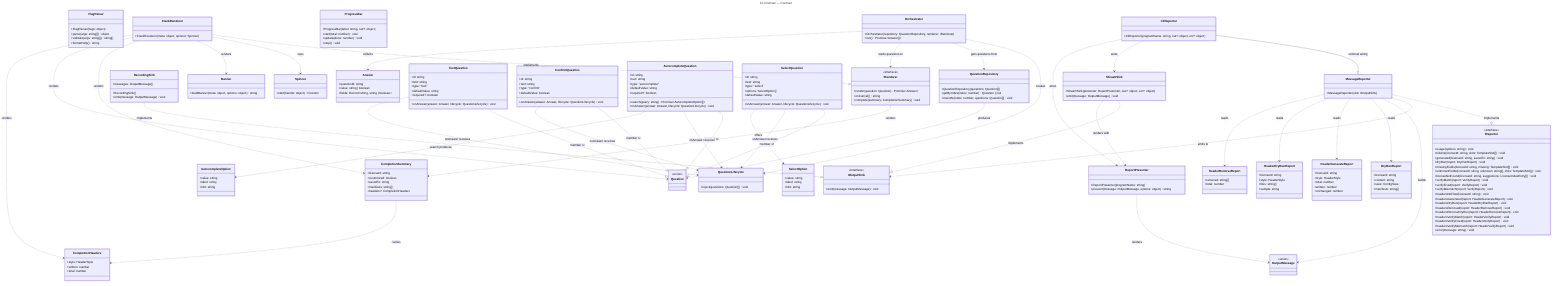
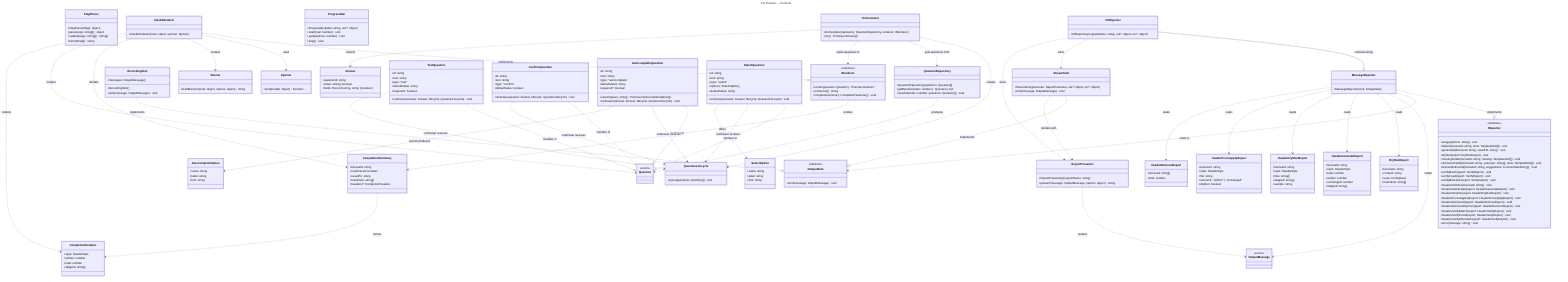
---
title: CLI Domain — Contract
---
classDiagram
  direction TB

  %% Domain: CLI (src/cli)
  %% Focused per-domain view extracted from ../class-diagram.mmd.
  %% Shows ONLY CLI-domain classes and their intra-domain relationships.
  %% Cross-domain relationships (LicenseWizard creates these; CliReporter renders
  %% Licensing/Verify/Headers reports) are intentionally omitted — see
  %% ../class-diagram.mmd for the full picture.
  %%
  %% FlagParser and ProgressBar belong to this domain but have no intra-domain
  %% relationships; they collaborate only with the bootstrap (LicenseWizard).

  class FlagParser {
    +FlagParser(flags: object)
    +parse(args: string[]) object
    +validate(args: string[]) string[]
    +formatHelp() string
  }

  class Orchestrator {
    +Orchestrator(repository: QuestionRepository, renderer: IRenderer)
    +run() Promise~Answer[]~
  }

  class IRenderer {
    <<interface>>
    +render(question: Question) Promise~Answer~
    +onCancel() string
    +complete(summary: CompletionSummary) void
  }

  class CompletionSummary {
    +licenseId: string
    +customized: boolean
    +savedTo: string
    +manifests: string[]
    +headers?: CompletionHeaders
  }

  class CompletionHeaders {
    +style: HeaderStyle
    +written: number
    +total: number
+     +skipped: string[]
  }

  class ProgressBar {
    +ProgressBar(label: string, out?: object)
    +start(total: number) void
    +update(done: number) void
    +stop() void
  }

  class ClackRenderer {
    +ClackRenderer(meta: object, spinner: Spinner)
  }

  class IReporter {
    <<interface>>
    +usage(options: string) void
    +tokens(licenseId: string, slots: TemplateSlot[]) void
    +generated(licenseId: string, savedTo: string) void
    +dryRun(report: DryRunReport) void
    +missingFields(licenseId: string, missing: TemplateSlot[]) void
    +unknownFields(licenseId: string, unknown: string[], slots: TemplateSlot[]) void
    +licenseNotFound(licenseId: string, suggestions: LicenseIndexEntry[]) void
    +verifyMatch(report: VerifyReport) void
    +verifyFixed(report: VerifyReport) void
    +verifyMismatch(report: VerifyReport) void
    +headersNoFiles(licenseId: string) void
    +headersGenerated(report: HeaderGenerateReport) void
    +headersDryRun(report: HeaderDryRunReport) void
+     +headersForceApplied(report: HeaderForceApplyReport) void
    +headersRemoved(report: HeaderRemoveReport) void
    +headersRemoveDryRun(report: HeaderRemoveReport) void
    +headersVerifyMatch(report: HeaderVerifyReport) void
    +headersVerifyFixed(report: HeaderVerifyReport) void
    +headersVerifyMismatch(report: HeaderVerifyReport) void
    +error(message: string) void
  }

  class HeaderGenerateReport {
    +licenseId: string
    +style: HeaderStyle
    +total: number
    +written: number
    +unchanged: number
+     +skipped: string[]
  }

  class HeaderDryRunReport {
    +licenseId: string
    +style: HeaderStyle
    +files: string[]
+     +skipped: string[]
    +sample: string
+   }
+ 
+   class HeaderForceApplyReport {
+     +licenseId: string
+     +style: HeaderStyle
+     +file: string
+     +outcome: "written" | "unchanged"
+     +dryRun: boolean
  }

  class HeaderRemoveReport {
    +removed: string[]
    +total: number
  }

  class DryRunReport {
    +licenseId: string
    +content: string
    +save: ConfigSave
    +manifests: string[]
  }

  class MessageReporter {
    +MessageReporter(sink: IOutputSink)
  }

  class CliReporter {
    +CliReporter(programName: string, out?: object, err?: object)
  }

  class IOutputSink {
    <<interface>>
    +emit(message: OutputMessage) void
  }

  class StreamSink {
    +StreamSink(presenter: ReportPresenter, out?: object, err?: object)
    +emit(message: OutputMessage) void
  }

  class RecordingSink {
    +RecordingSink()
    +emit(message: OutputMessage) void
    +messages: OutputMessage[]
  }

  class ReportPresenter {
    +ReportPresenter(programName: string)
    +present(message: OutputMessage, options: object) string
  }

  class OutputMessage {
    <<union>>
  }

  class Banner {
    +buildBanner(meta: object, options: object) string
  }

  class Spinner {
    +start(handle: object) Function
  }

  class QuestionRepository {
    +QuestionRepository(questions: Question[])
    +getByIndex(index: number) Question | null
    +insertAt(index: number, questions: Question[]) void
  }

  class QuestionLifecycle {
    +inject(questions: Question[]) void
  }

  class Question {
    <<union>>
  }

  class TextQuestion {
    +id: string
    +text: string
    +type: "text"
    +defaultValue: string
    +required?: boolean
    +onAnswer(answer: Answer, lifecycle: QuestionLifecycle) void
  }

  class ConfirmQuestion {
    +id: string
    +text: string
    +type: "confirm"
    +defaultValue: boolean
    +onAnswer(answer: Answer, lifecycle: QuestionLifecycle) void
  }

  class AutocompleteQuestion {
    +id: string
    +text: string
    +type: "autocomplete"
    +defaultValue: string
    +required?: boolean
    +search(query: string) Promise~AutocompleteOption[]~
    +onAnswer(answer: Answer, lifecycle: QuestionLifecycle) void
  }

  class AutocompleteOption {
    +value: string
    +label: string
    +hint: string
  }

  class SelectQuestion {
    +id: string
    +text: string
    +type: "select"
    +options: SelectOption[]
    +defaultValue: string
    +onAnswer(answer: Answer, lifecycle: QuestionLifecycle) void
  }

  class SelectOption {
    +value: string
    +label: string
    +hint: string
  }

  class Answer {
    +questionId: string
    +value: string | boolean
    +fields: Record~string, string | boolean~
  }

  TextQuestion ..|> Question : member of
  ConfirmQuestion ..|> Question : member of
  AutocompleteQuestion ..|> Question : member of
  SelectQuestion ..|> Question : member of
  TextQuestion ..> QuestionLifecycle : onAnswer receives
  ConfirmQuestion ..> QuestionLifecycle : onAnswer receives
  AutocompleteQuestion ..> QuestionLifecycle : onAnswer receives
  SelectQuestion ..> QuestionLifecycle : onAnswer receives
  SelectQuestion ..> SelectOption : offers
  Orchestrator ..> QuestionLifecycle : creates
  Orchestrator ..> QuestionRepository : gets questions from
  Orchestrator ..> IRenderer : feeds questions to
  Orchestrator ..> Answer : collects
  ClackRenderer ..|> IRenderer : implements
  ClackRenderer ..> Spinner : uses
  ClackRenderer ..> Banner : renders
  ClackRenderer ..> CompletionSummary : renders
  ClackRenderer ..> Question : renders
  ClackRenderer ..> CompletionHeaders : renders
  IRenderer ..> CompletionSummary : renders
  CompletionSummary ..> CompletionHeaders : carries
  MessageReporter ..|> IReporter : implements
  CliReporter --|> MessageReporter : terminal wiring
  MessageReporter ..> IOutputSink : emits to
  MessageReporter ..> OutputMessage : builds
  MessageReporter ..> DryRunReport : reads
  MessageReporter ..> HeaderGenerateReport : reads
  MessageReporter ..> HeaderDryRunReport : reads
+   MessageReporter ..> HeaderForceApplyReport : reads
  MessageReporter ..> HeaderRemoveReport : reads
  StreamSink ..|> IOutputSink : implements
  RecordingSink ..|> IOutputSink : implements
  StreamSink ..> ReportPresenter : renders with
  ReportPresenter ..> OutputMessage : renders
  CliReporter ..> StreamSink : wires
  CliReporter ..> ReportPresenter : wires
  QuestionRepository ..> Question : produces
  AutocompleteQuestion ..> AutocompleteOption : search produces
